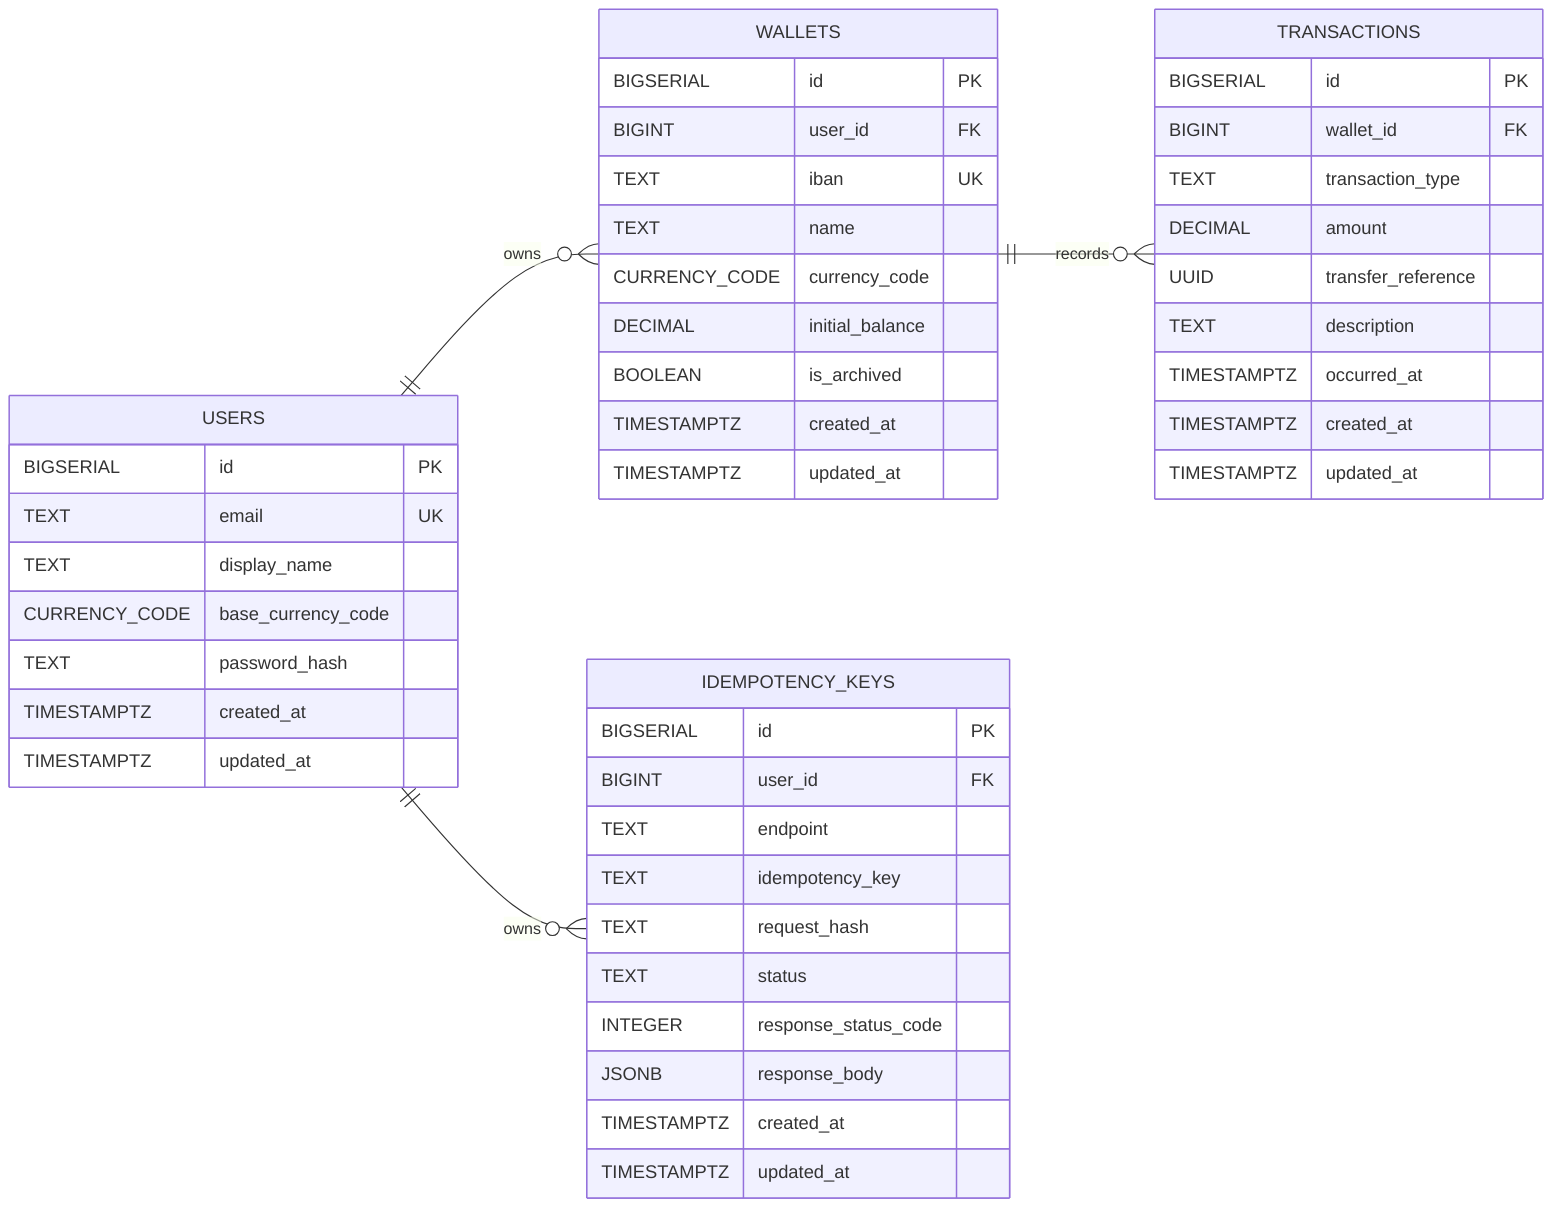
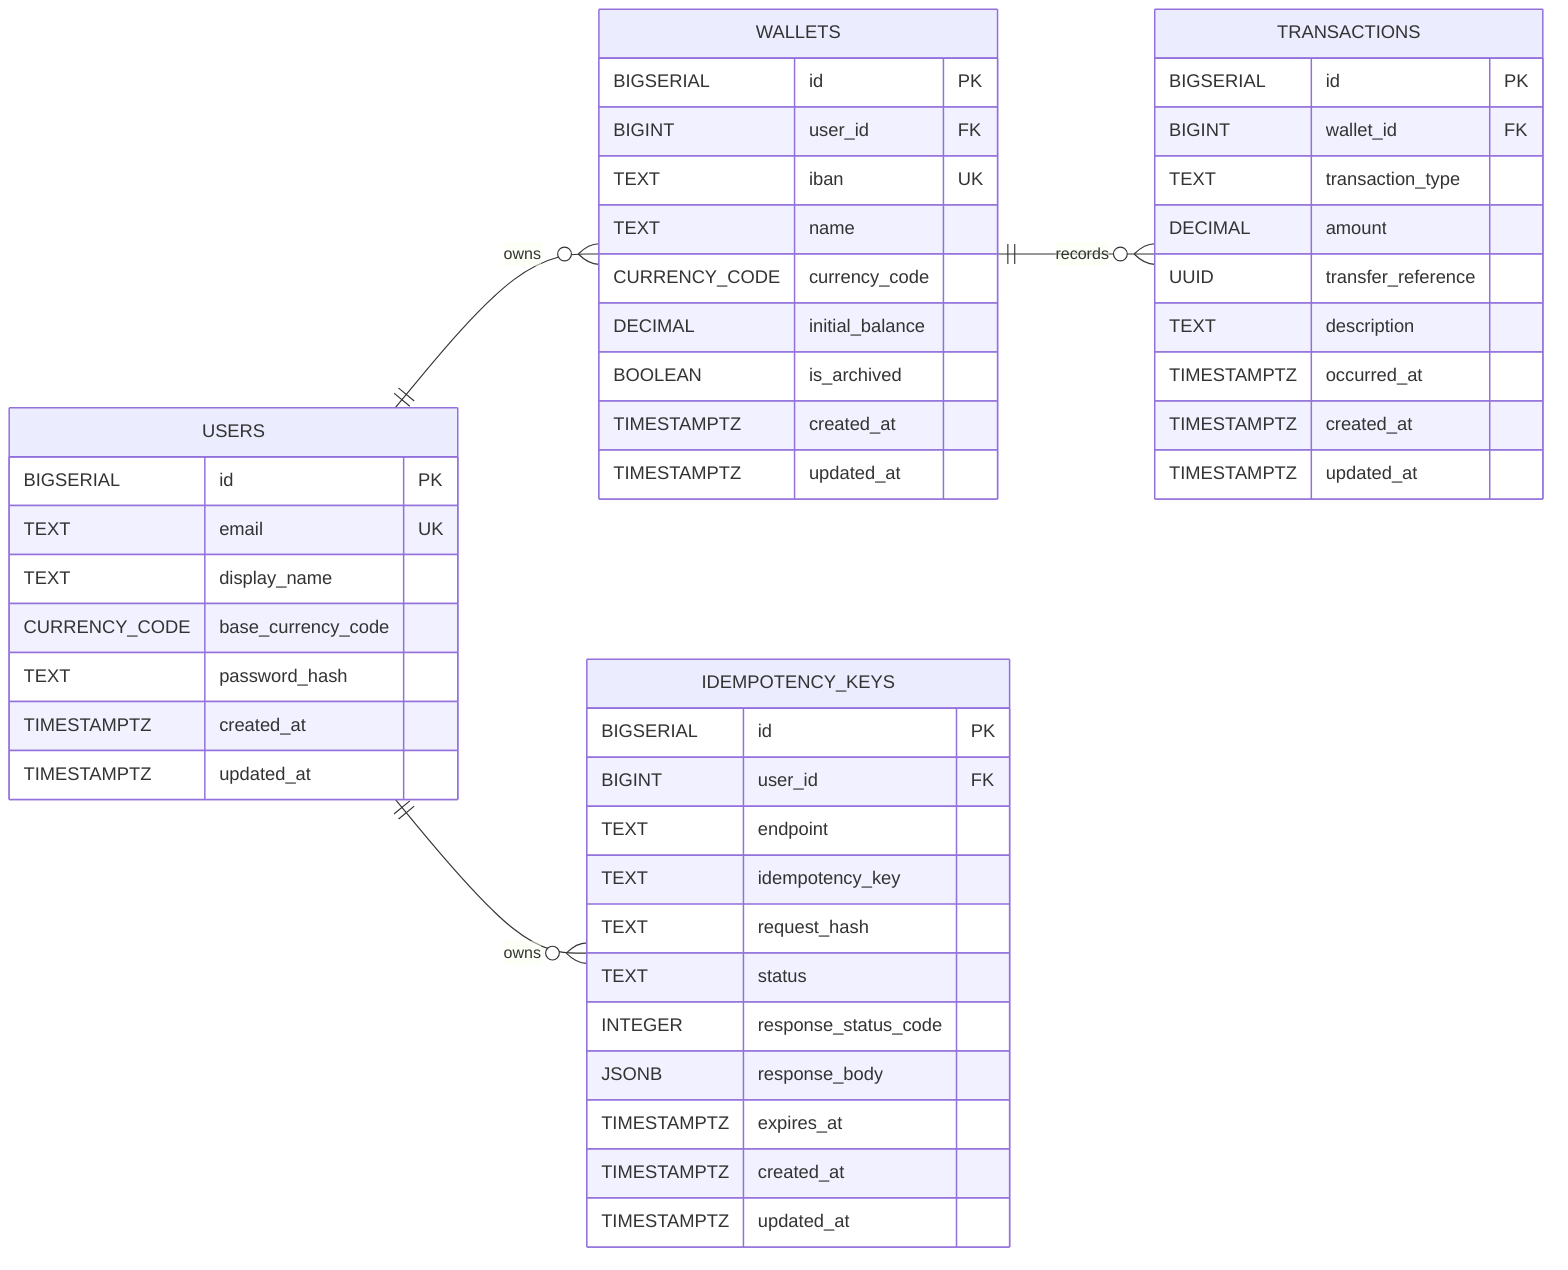
erDiagram
    direction LR
    USERS ||--o{ WALLETS : owns
    USERS ||--o{ IDEMPOTENCY_KEYS : owns
    WALLETS ||--o{ TRANSACTIONS : records

    USERS {
        BIGSERIAL id PK
        TEXT email UK
        TEXT display_name
        CURRENCY_CODE base_currency_code
        TEXT password_hash
        TIMESTAMPTZ created_at
        TIMESTAMPTZ updated_at
    }

    WALLETS {
        BIGSERIAL id PK
        BIGINT user_id FK
        TEXT iban UK
        TEXT name
        CURRENCY_CODE currency_code
        DECIMAL initial_balance
        BOOLEAN is_archived
        TIMESTAMPTZ created_at
        TIMESTAMPTZ updated_at
    }

    TRANSACTIONS {
        BIGSERIAL id PK
        BIGINT wallet_id FK
        TEXT transaction_type
        DECIMAL amount
        UUID transfer_reference
        TEXT description
        TIMESTAMPTZ occurred_at
        TIMESTAMPTZ created_at
        TIMESTAMPTZ updated_at
    }

    IDEMPOTENCY_KEYS {
        BIGSERIAL id PK
        BIGINT user_id FK
        TEXT endpoint
        TEXT idempotency_key
        TEXT request_hash
        TEXT status
        INTEGER response_status_code
        JSONB response_body
+         TIMESTAMPTZ expires_at
        TIMESTAMPTZ created_at
        TIMESTAMPTZ updated_at
    }
